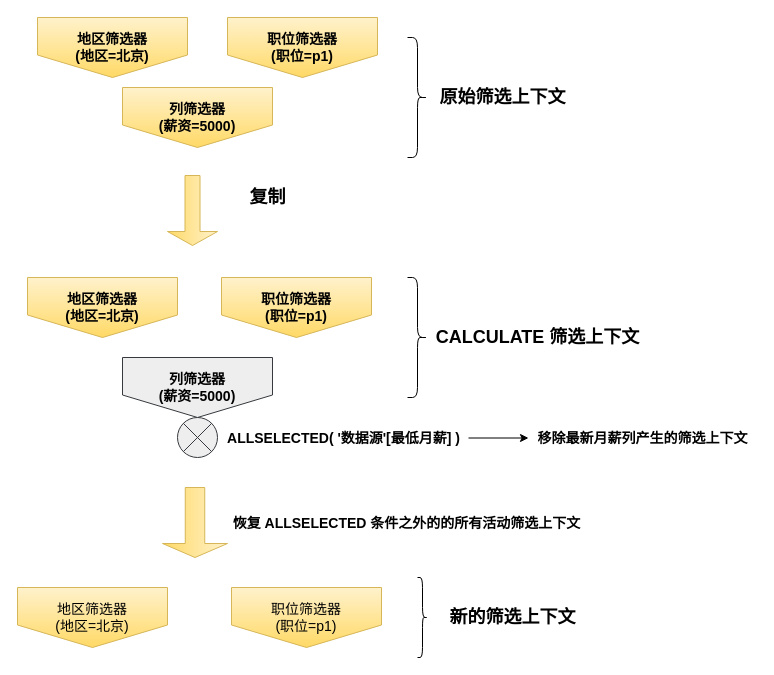
RecordLiu/blog_imgs keeps this draw.io diagram as ALLSELECTED调节器执行逻辑.drawio. Above is the earlier version. Source tidied: cells renumbered, new cells numbered last; positions are measured from the earlier drawing's top-left corner, leaving out a move shared by most shapes. Both pictures are drawn from the tidied source at 100%, with x=0, y=0 at pixel (17, 17).
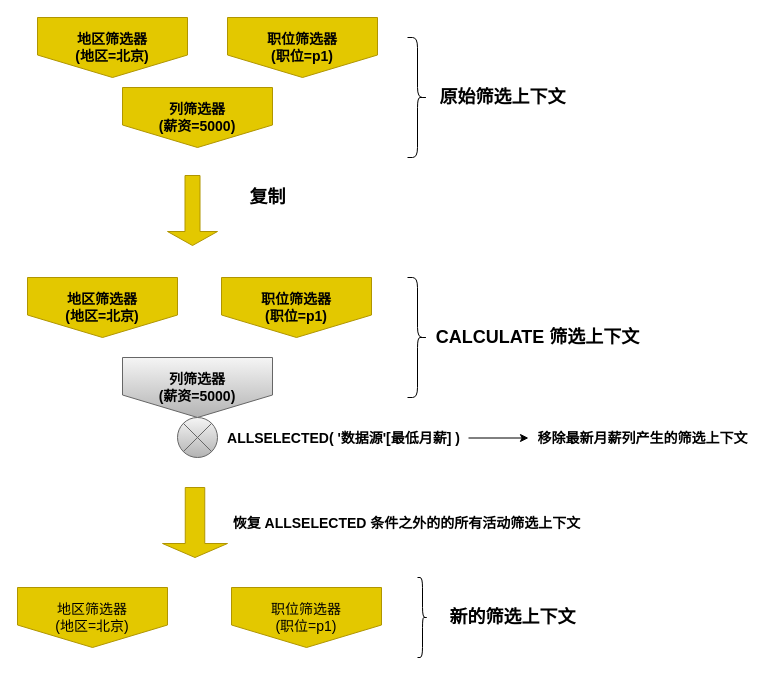
After the change.

Commit message (it also covers changes not shown here):
更新ALLSELECTED调节器执行逻辑.drawio

Diff of the diagram source:
```diff
@@
-    <mxCell id="2" value="&lt;font style=&quot;font-size: 14px;&quot;&gt;&lt;b&gt;地区筛选器&lt;br&gt;(地区=北京)&lt;/b&gt;&lt;/font&gt;" style="shape=offPageConnector;whiteSpace=wrap;html=1;fillColor=#fff2cc;strokeColor=#d6b656;gradientColor=#ffd966;" parent="1" vertex="1">
+    <mxCell id="2" value="&lt;font style=&quot;font-size: 14px;&quot;&gt;&lt;b&gt;地区筛选器&lt;br&gt;(地区=北京)&lt;/b&gt;&lt;/font&gt;" style="shape=offPageConnector;whiteSpace=wrap;html=1;fillColor=#e3c800;strokeColor=#B09500;fontColor=#000000;" parent="1" vertex="1">
       <mxGeometry x="20" width="150" height="60" as="geometry" />
     </mxCell>
-    <mxCell id="3" value="&lt;font style=&quot;font-size: 14px;&quot;&gt;&lt;b&gt;职位筛选器&lt;br&gt;(职位=p1)&lt;/b&gt;&lt;/font&gt;" style="shape=offPageConnector;whiteSpace=wrap;html=1;fillColor=#fff2cc;strokeColor=#d6b656;gradientColor=#ffd966;" parent="1" vertex="1">
+    <mxCell id="3" value="&lt;font style=&quot;font-size: 14px;&quot;&gt;&lt;b&gt;职位筛选器&lt;br&gt;(职位=p1)&lt;/b&gt;&lt;/font&gt;" style="shape=offPageConnector;whiteSpace=wrap;html=1;fillColor=#e3c800;strokeColor=#B09500;fontColor=#000000;" parent="1" vertex="1">
       <mxGeometry x="210" width="150" height="60" as="geometry" />
     </mxCell>
-    <mxCell id="4" value="&lt;font style=&quot;font-size: 14px;&quot;&gt;&lt;b&gt;列筛选器&lt;br&gt;(薪资=5000)&lt;/b&gt;&lt;/font&gt;" style="shape=offPageConnector;whiteSpace=wrap;html=1;fillColor=#fff2cc;strokeColor=#d6b656;gradientColor=#ffd966;" parent="1" vertex="1">
+    <mxCell id="4" value="&lt;font style=&quot;font-size: 14px;&quot;&gt;&lt;b&gt;列筛选器&lt;br&gt;(薪资=5000)&lt;/b&gt;&lt;/font&gt;" style="shape=offPageConnector;whiteSpace=wrap;html=1;fillColor=#e3c800;strokeColor=#B09500;fontColor=#000000;" parent="1" vertex="1">
       <mxGeometry x="105" y="70" width="150" height="60" as="geometry" />
     </mxCell>
@@
-    <mxCell id="7" style="shape=singleArrow;direction=south;whiteSpace=wrap;html=1;fillColor=#fff2cc;strokeColor=#d6b656;gradientColor=#ffd966;" parent="1" vertex="1">
+    <mxCell id="7" style="shape=singleArrow;direction=south;whiteSpace=wrap;html=1;fillColor=#e3c800;strokeColor=#B09500;fontColor=#000000;" parent="1" vertex="1">
       <mxGeometry x="150" y="158" width="50" height="70" as="geometry" />
     </mxCell>
@@
-    <mxCell id="9" value="&lt;font style=&quot;font-size: 14px;&quot;&gt;&lt;b&gt;地区筛选器&lt;br&gt;(地区=北京)&lt;/b&gt;&lt;/font&gt;" style="shape=offPageConnector;whiteSpace=wrap;html=1;fillColor=#fff2cc;strokeColor=#d6b656;gradientColor=#ffd966;" parent="1" vertex="1">
+    <mxCell id="9" value="&lt;font style=&quot;font-size: 14px;&quot;&gt;&lt;b&gt;地区筛选器&lt;br&gt;(地区=北京)&lt;/b&gt;&lt;/font&gt;" style="shape=offPageConnector;whiteSpace=wrap;html=1;fillColor=#e3c800;strokeColor=#B09500;fontColor=#000000;" parent="1" vertex="1">
       <mxGeometry x="10" y="260" width="150" height="60" as="geometry" />
     </mxCell>
-    <mxCell id="10" value="&lt;font style=&quot;font-size: 14px;&quot;&gt;&lt;b&gt;职位筛选器&lt;br&gt;(职位=p1)&lt;/b&gt;&lt;/font&gt;" style="shape=offPageConnector;whiteSpace=wrap;html=1;fillColor=#fff2cc;strokeColor=#d6b656;gradientColor=#ffd966;" parent="1" vertex="1">
+    <mxCell id="10" value="&lt;font style=&quot;font-size: 14px;&quot;&gt;&lt;b&gt;职位筛选器&lt;br&gt;(职位=p1)&lt;/b&gt;&lt;/font&gt;" style="shape=offPageConnector;whiteSpace=wrap;html=1;fillColor=#e3c800;strokeColor=#B09500;fontColor=#000000;" parent="1" vertex="1">
       <mxGeometry x="204" y="260" width="150" height="60" as="geometry" />
     </mxCell>
-    <mxCell id="11" value="&lt;font style=&quot;font-size: 14px;&quot;&gt;&lt;b&gt;列筛选器&lt;br&gt;(薪资=5000)&lt;/b&gt;&lt;/font&gt;" style="shape=offPageConnector;whiteSpace=wrap;html=1;fillColor=#eeeeee;strokeColor=#36393d;" parent="1" vertex="1">
+    <mxCell id="11" value="&lt;font style=&quot;font-size: 14px;&quot;&gt;&lt;b&gt;列筛选器&lt;br&gt;(薪资=5000)&lt;/b&gt;&lt;/font&gt;" style="shape=offPageConnector;whiteSpace=wrap;html=1;fillColor=#f5f5f5;strokeColor=#666666;gradientColor=#b3b3b3;" parent="1" vertex="1">
       <mxGeometry x="105" y="340" width="150" height="60" as="geometry" />
     </mxCell>
@@
-    <mxCell id="14" style="shape=sumEllipse;perimeter=ellipsePerimeter;whiteSpace=wrap;html=1;backgroundOutline=1;fillColor=#eeeeee;strokeColor=#36393d;" parent="1" vertex="1">
+    <mxCell id="14" style="shape=sumEllipse;perimeter=ellipsePerimeter;whiteSpace=wrap;html=1;backgroundOutline=1;fillColor=#f5f5f5;strokeColor=#666666;gradientColor=#b3b3b3;" parent="1" vertex="1">
       <mxGeometry x="160" y="400" width="40" height="40" as="geometry" />
     </mxCell>
@@
-    <mxCell id="18" value="&lt;font style=&quot;font-size: 14px;&quot;&gt;地区筛选器&lt;br&gt;(地区=北京)&lt;/font&gt;" style="shape=offPageConnector;whiteSpace=wrap;html=1;fillColor=#fff2cc;strokeColor=#d6b656;gradientColor=#ffd966;" parent="1" vertex="1">
+    <mxCell id="18" value="&lt;font style=&quot;font-size: 14px;&quot;&gt;地区筛选器&lt;br&gt;(地区=北京)&lt;/font&gt;" style="shape=offPageConnector;whiteSpace=wrap;html=1;fillColor=#e3c800;strokeColor=#B09500;fontColor=#000000;" parent="1" vertex="1">
       <mxGeometry y="570" width="150" height="60" as="geometry" />
     </mxCell>
-    <mxCell id="19" value="&lt;font style=&quot;font-size: 14px;&quot;&gt;职位筛选器&lt;br&gt;(职位=p1)&lt;/font&gt;" style="shape=offPageConnector;whiteSpace=wrap;html=1;fillColor=#fff2cc;strokeColor=#d6b656;gradientColor=#ffd966;" parent="1" vertex="1">
+    <mxCell id="19" value="&lt;font style=&quot;font-size: 14px;&quot;&gt;职位筛选器&lt;br&gt;(职位=p1)&lt;/font&gt;" style="shape=offPageConnector;whiteSpace=wrap;html=1;fillColor=#e3c800;strokeColor=#B09500;fontColor=#000000;" parent="1" vertex="1">
       <mxGeometry x="214" y="570" width="150" height="60" as="geometry" />
     </mxCell>
-    <mxCell id="20" style="shape=singleArrow;direction=south;whiteSpace=wrap;html=1;fillColor=#fff2cc;strokeColor=#d6b656;gradientColor=#ffd966;" parent="1" vertex="1">
+    <mxCell id="20" style="shape=singleArrow;direction=south;whiteSpace=wrap;html=1;fillColor=#e3c800;strokeColor=#B09500;fontColor=#000000;" parent="1" vertex="1">
       <mxGeometry x="145" y="470" width="65" height="70" as="geometry" />
     </mxCell>
```
